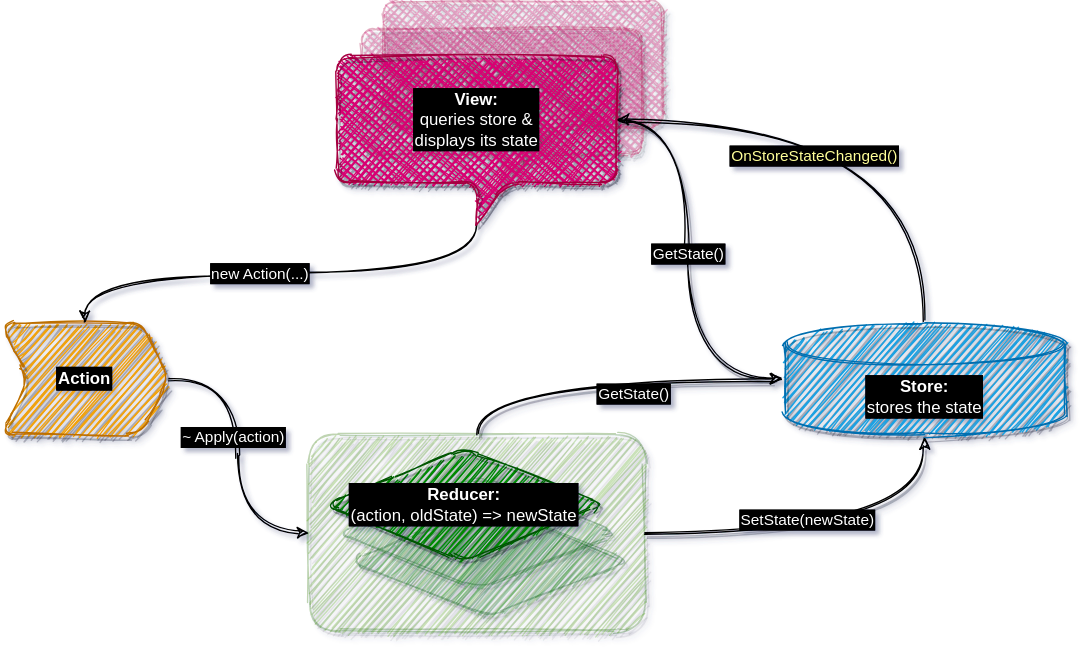
This is Slides/Fusion_v2/diagrams/vs/redux.dio.svg from alexyakunin/Stl.Fusion.Materials, a draw.io export, as it was before one commit. Source tidied: cells renumbered, new cells last; positions are measured from the earlier drawing's top-left corner, leaving out a move shared by most shapes.
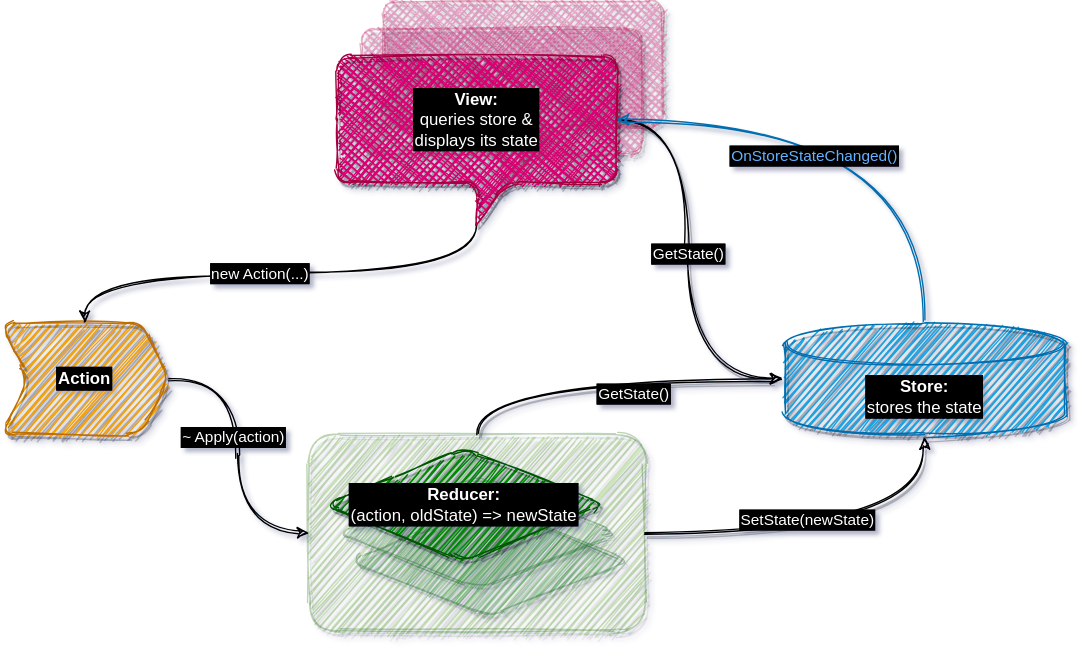
After the change.

Diff of the diagram source:
```diff
@@ -52,7 +52,7 @@
     <mxCell id="14" value="&lt;b&gt;View:&lt;br&gt;&lt;/b&gt;queries store &amp;amp;&lt;br&gt;displays its state" style="shape=callout;whiteSpace=wrap;html=1;perimeter=calloutPerimeter;rounded=1;shadow=1;labelBackgroundColor=#000000;sketch=1;strokeWidth=1;fillColor=#d80073;strokeColor=#A50040;fillStyle=cross-hatch;fontColor=#FFFFFF;labelBorderColor=#000000;" parent="1" vertex="1">
       <mxGeometry x="240" y="40" width="200" height="120" as="geometry" />
     </mxCell>
-    <mxCell id="15" style="edgeStyle=orthogonalEdgeStyle;curved=1;rounded=0;sketch=1;orthogonalLoop=1;jettySize=auto;html=1;exitX=0.5;exitY=0;exitDx=0;exitDy=0;exitPerimeter=0;entryX=0;entryY=0;entryDx=200;entryDy=45;entryPerimeter=0;labelBackgroundColor=#000000;fontColor=#FFFFFF;labelBorderColor=#000000;" parent="1" edge="1">
+    <mxCell id="15" style="edgeStyle=orthogonalEdgeStyle;curved=1;rounded=0;sketch=1;orthogonalLoop=1;jettySize=auto;html=1;exitX=0.5;exitY=0;exitDx=0;exitDy=0;exitPerimeter=0;entryX=0;entryY=0;entryDx=200;entryDy=45;entryPerimeter=0;labelBackgroundColor=#000000;fontColor=#FFFFFF;labelBorderColor=#000000;fillColor=#1ba1e2;strokeColor=#006EAF;" parent="1" edge="1">
       <mxGeometry relative="1" as="geometry">
         <mxPoint x="660" y="228" as="sourcePoint" />
         <mxPoint x="440" y="85" as="targetPoint" />
@@ -61,7 +61,7 @@
         </Array>
       </mxGeometry>
     </mxCell>
-    <mxCell id="16" value="OnStoreStateChanged()" style="edgeLabel;html=1;align=center;verticalAlign=middle;labelBackgroundColor=#000000;labelBorderColor=#000000;fontColor=#FFFF99;" parent="15" vertex="1">
+    <mxCell id="16" value="OnStoreStateChanged()" style="edgeLabel;html=1;align=center;verticalAlign=middle;labelBackgroundColor=#000000;labelBorderColor=#000000;fontColor=#66B2FF;" parent="15" vertex="1">
       <mxGeometry x="0.29" y="18" relative="1" as="geometry">
         <mxPoint x="11" y="7" as="offset" />
       </mxGeometry>
```
